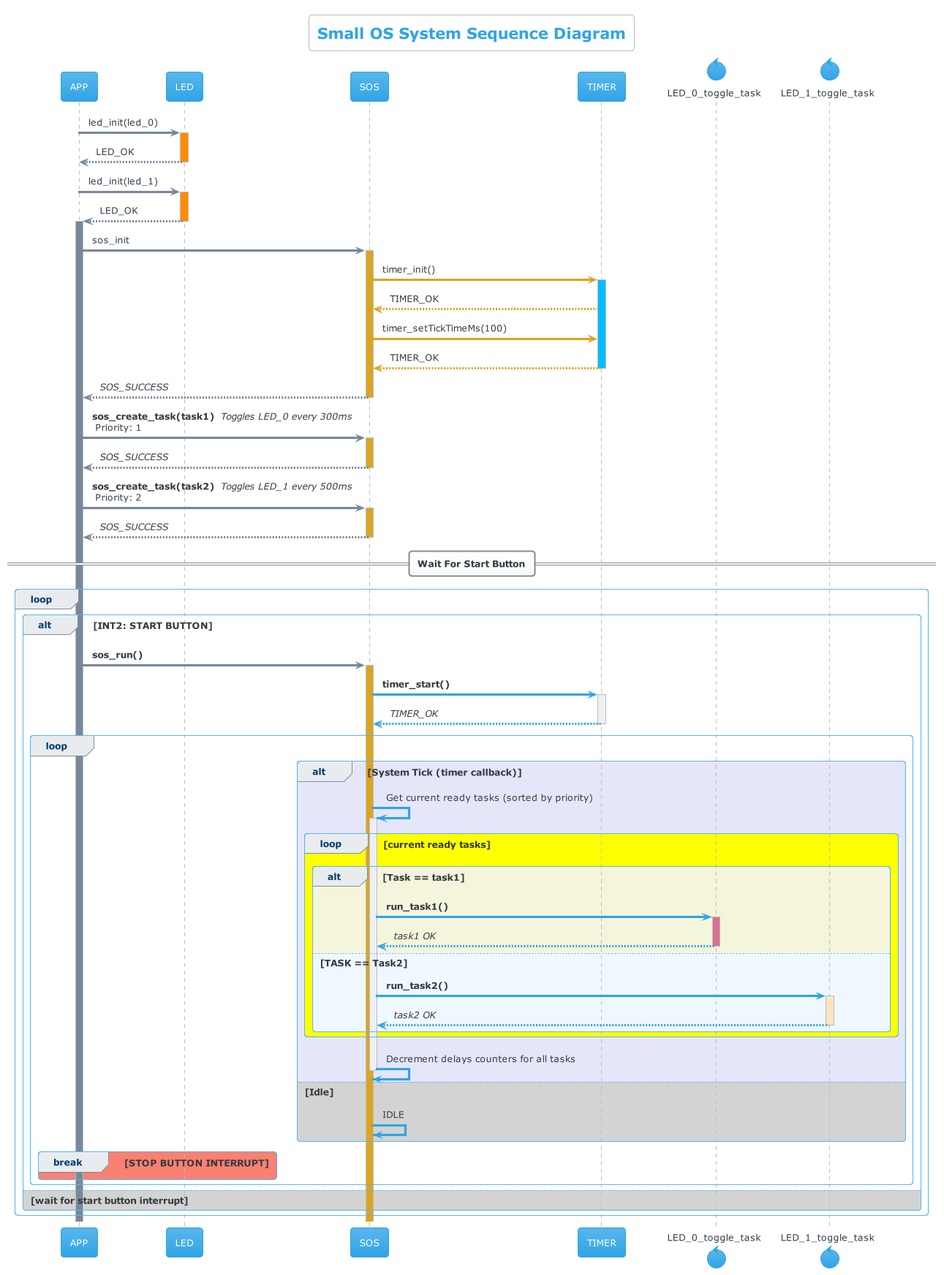
Earlier version of the PlantUML export Embedded SW Design/S_DYNAMIC_10 Design a Small OS/Assets/Diagrams - images/app_sequence_diagram.png (HossamElwahsh/sprints-automotive). Source of this version:
```plantuml
@startuml
!theme cerulean
title Small OS System Sequence Diagram

skinparam backgroundColor #white

APP -[#lightslategray]> LED++#darkorange: led_init(led_0)
return LED_OK
APP -[#lightslategray]> LED++#darkorange: led_init(led_1)
return LED_OK

activate APP #lightslategray
APP -[#lightslategray]> SOS++#goldenrod: sos_init
SOS -[#goldenrod]> TIMER++#deepskyblue: timer_init()
TIMER -[#goldenrod]-> SOS: TIMER_OK
SOS -[#goldenrod]> TIMER: timer_setTickTimeMs(100)
TIMER -[#goldenrod]-> SOS--: TIMER_OK

SOS -[#lightslategray]-> APP--: //SOS_SUCCESS//

APP -[#lightslategray]> SOS++#goldenrod: **sos_create_task(task1)** // Toggles LED_0 every 300ms//\n Priority: 1
return //SOS_SUCCESS//

APP -[#lightslategray]> SOS++#goldenrod: **sos_create_task(task2)** // Toggles LED_1 every 500ms//\n Priority: 2
return //SOS_SUCCESS//

== Wait For Start Button==


loop
    alt INT2: START BUTTON

            APP -[#lightslategray]> SOS++#goldenrod: **sos_run()**

            control LED_0_toggle_task as task1
            control LED_1_toggle_task as task2
            SOS -> TIMER++: **timer_start()**
            Return //TIMER_OK//
            loop


                alt #lavender System Tick (timer callback)
                    SOS->SOS++: Get current ready tasks (sorted by priority)
                    loop #yellow current ready tasks

                        alt #beige Task == task1
                                SOS->task1++#palevioletred: **run_task1()**
                                task1-->SOS--: //task1 OK//

                            else #aliceblue TASK == Task2

                                SOS->task2++#bisque: **run_task2()**
                                task2-->SOS--: //task2 OK//
                            end

                    end
                    SOS->SOS--: Decrement delays counters for all tasks
                else #lightgray Idle
                    SOS -> SOS: IDLE
                end

                        break #salmon STOP BUTTON INTERRUPT
                        end
            end
    else #lightgray wait for start button interrupt

    end
end


@enduml
```
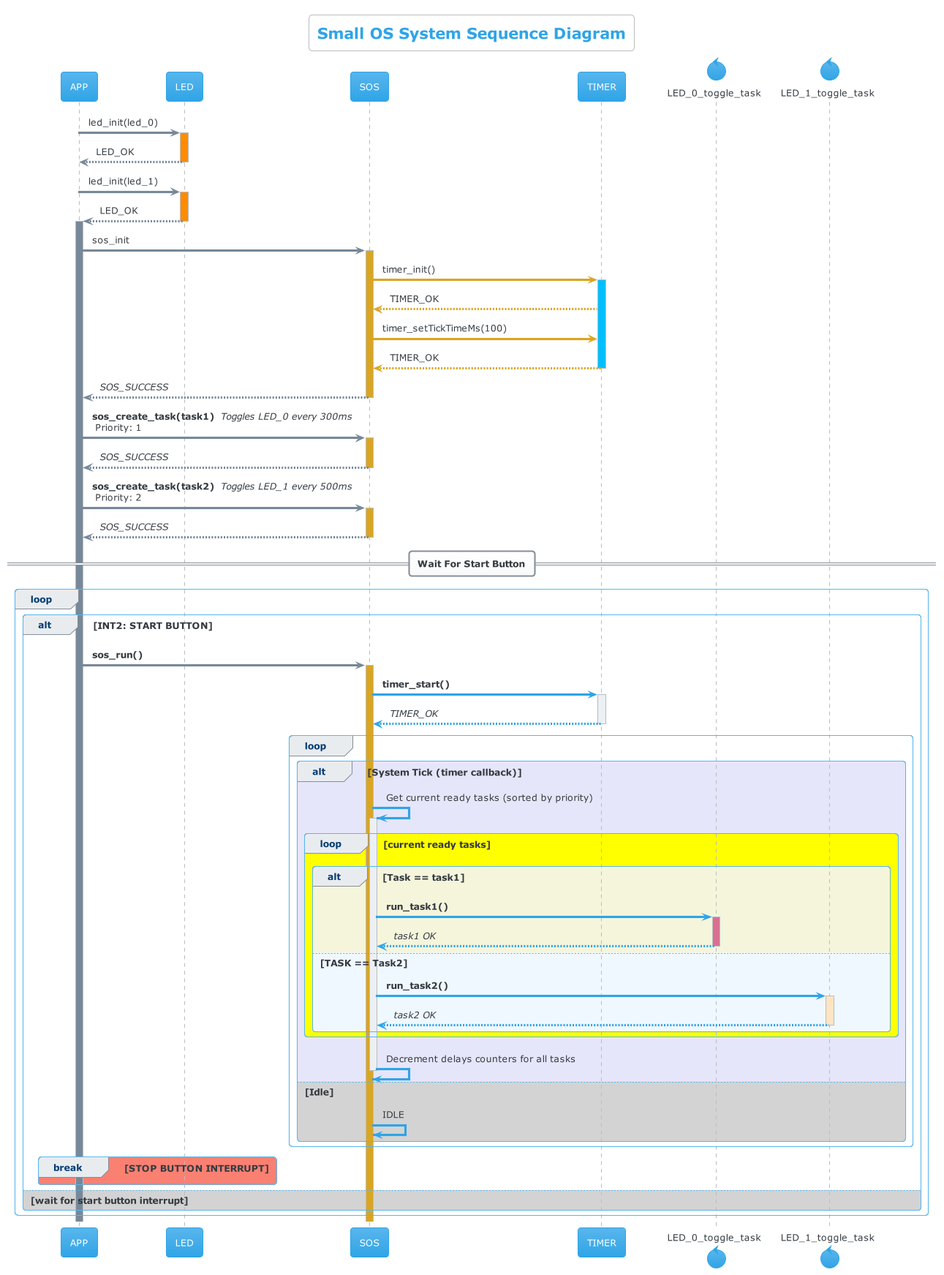
The same file after the commit.

Commit message:
update: sos app sequence diagram

Change to the diagram source:
```diff
@@ -58,9 +58,8 @@
                 else #lightgray Idle
                     SOS -> SOS: IDLE
                 end
-
-                        break #salmon STOP BUTTON INTERRUPT
-                        end
+            end
+            break #salmon STOP BUTTON INTERRUPT
             end
     else #lightgray wait for start button interrupt
 
```
